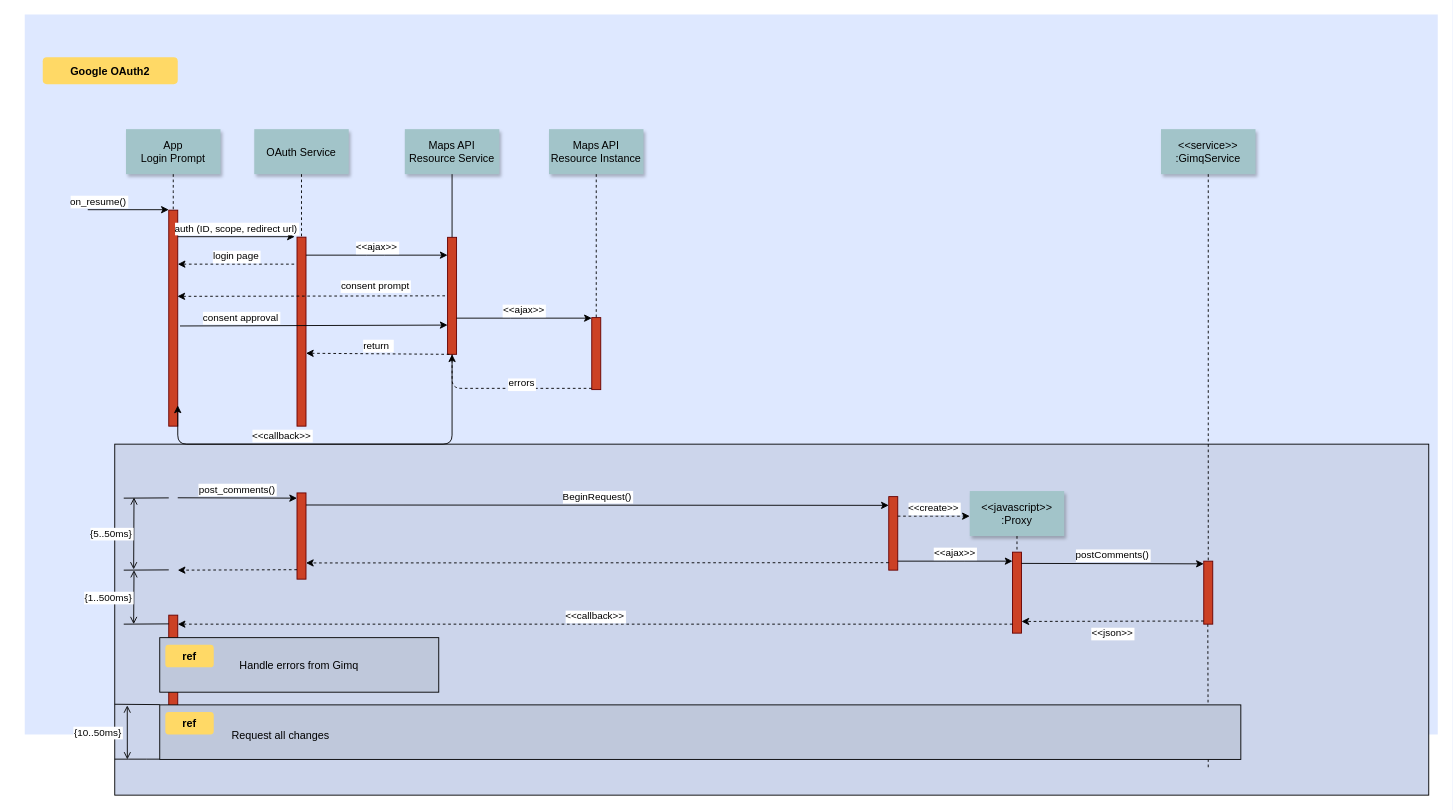
Before: OAuth2_sequence.drawio in catoja1107/diagrams_net, a draw.io diagram. Source tidied: cells renumbered, new cells numbered last; positions are measured from the earlier drawing's top-left corner, leaving out a move shared by most shapes. Both pictures are drawn from the tidied source at 90%, with x=0, y=0 at pixel (24, 14).
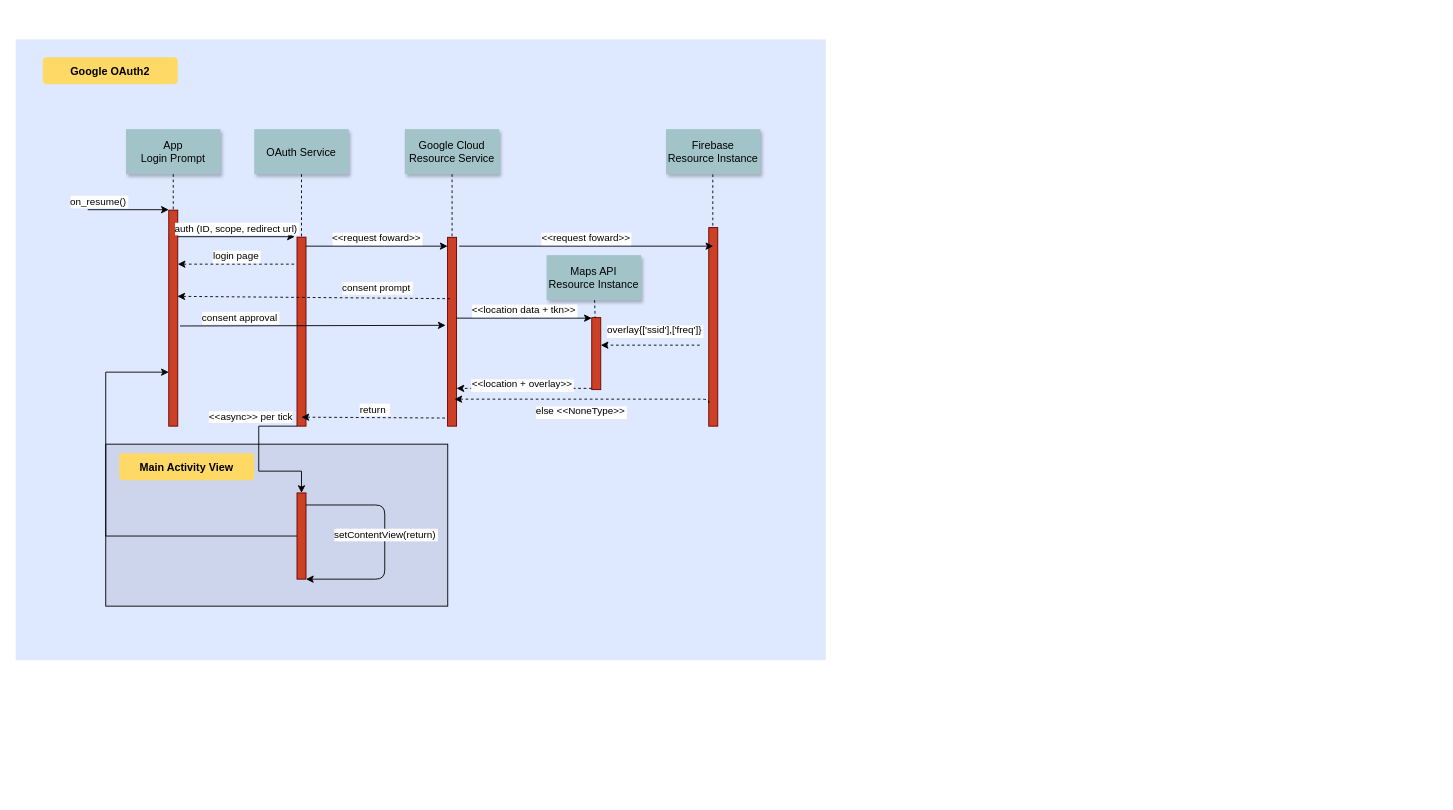
After the change.

Unchanged cells that the change refers to:
```xml
<mxCell id="5" style="fillColor=#CC4125;strokeColor=#660000;" parent="1" vertex="1">
  <mxGeometry x="160" y="217" width="10" height="240" as="geometry" />
</mxCell>
<mxCell id="8" style="fillColor=#CC4125;strokeColor=#660000;" parent="1" vertex="1">
  <mxGeometry x="302.5" y="247" width="10" height="210" as="geometry" />
</mxCell>
<mxCell id="17" style="fillColor=#CC4125;strokeColor=#660000;" parent="1" vertex="1">
  <mxGeometry x="630" y="336.4" width="10" height="80" as="geometry" />
</mxCell>
<mxCell id="24" style="fillColor=#CC4125;strokeColor=#660000;" parent="1" vertex="1">
  <mxGeometry x="302.5" y="531.2" width="10" height="95.8" as="geometry" />
</mxCell>
```

Change to the diagram source:
```diff
@@
     <mxCell id="2" style="fillColor=#DEE8FF;strokeColor=none;" parent="1" vertex="1">
-      <mxGeometry y="-0.4" width="1570" height="800" as="geometry" />
+      <mxGeometry x="-10" y="27.3" width="900" height="689.7" as="geometry" />
     </mxCell>
     <mxCell id="3" style="fillColor=#CCD5EB;" parent="1" vertex="1">
-      <mxGeometry x="100" y="477" width="1460" height="390" as="geometry" />
+      <mxGeometry x="90" y="477" width="380" height="180" as="geometry" />
     </mxCell>
-    <mxCell id="4" style="edgeStyle=elbowEdgeStyle;elbow=horizontal;endArrow=none;dashed=1;" parent="1" edge="1">
-      <mxGeometry x="1460" y="437.9" as="geometry">
-        <mxPoint x="1314.5" y="677" as="sourcePoint" />
-        <mxPoint x="1314.5" y="837" as="targetPoint" />
-      </mxGeometry>
-    </mxCell>
@@
+    <mxCell id="59" style="edgeStyle=orthogonalEdgeStyle;rounded=0;jettySize=auto;html=1;entryX=0.5;entryY=0;entryDx=0;entryDy=0;exitX=0;exitY=1;exitDx=0;exitDy=0;" parent="1" edge="1" source="8" target="24">
+      <mxGeometry relative="1" as="geometry">
+        <Array as="points">
+          <mxPoint x="260" y="457" />
+          <mxPoint x="260" y="507" />
+          <mxPoint x="308" y="507" />
+        </Array>
+      </mxGeometry>
+    </mxCell>
+    <mxCell id="60" value="&amp;lt;&amp;lt;async&amp;gt;&amp;gt; per tick" style="edgeLabel;html=1;align=center;verticalAlign=middle;" parent="59" vertex="1">
+      <mxGeometry x="-0.77" y="-2" relative="1" as="geometry">
+        <mxPoint x="-33" y="-8" as="offset" />
+      </mxGeometry>
+    </mxCell>
@@
-    <mxCell id="13" value="Maps API&#10;Resource Service" style="shadow=1;fillColor=#A2C4C9;strokeColor=none;" parent="1" vertex="1">
+    <mxCell id="13" value="Google Cloud&#10;Resource Service" style="shadow=1;fillColor=#A2C4C9;strokeColor=none;" parent="1" vertex="1">
       <mxGeometry x="422.3" y="127" width="105" height="50" as="geometry" />
     </mxCell>
-    <mxCell id="14" style="edgeStyle=none;endArrow=none;" parent="1" edge="1" source="13" target="15">
+    <mxCell id="14" style="edgeStyle=none;endArrow=none;dashed=1;" parent="1" edge="1" source="13" target="15">
       <mxGeometry x="437" y="270" as="geometry" />
     </mxCell>
     <mxCell id="15" style="fillColor=#CC4125;strokeColor=#660000;" parent="1" vertex="1">
-      <mxGeometry x="469.8" y="247.2" width="10" height="130" as="geometry" />
+      <mxGeometry x="469.8" y="247.2" width="10" height="209.8" as="geometry" />
     </mxCell>
-    <mxCell id="16" value="&lt;&lt;ajax&gt;&gt;" style="edgeStyle=elbowEdgeStyle;elbow=vertical;verticalLabelPosition=top;verticalAlign=bottom;" parent="1" edge="1">
+    <mxCell id="16" value="&lt;&lt;request foward&gt;&gt;" style="edgeStyle=elbowEdgeStyle;elbow=vertical;verticalLabelPosition=top;verticalAlign=bottom;" parent="1" edge="1">
       <mxGeometry x="350" y="290" as="geometry">
-        <mxPoint x="312.5" y="267" as="sourcePoint" />
-        <mxPoint x="469.8" y="267" as="targetPoint" />
+        <mxPoint x="312.5" y="257" as="sourcePoint" />
+        <mxPoint x="469.8" y="257" as="targetPoint" />
         <Array as="points">
-          <mxPoint x="390" y="267" />
+          <mxPoint x="390" y="257" />
         </Array>
       </mxGeometry>
     </mxCell>
@@
     <mxCell id="18" value="Maps API&#10;Resource Instance" style="shadow=1;fillColor=#A2C4C9;strokeColor=none;" parent="1" vertex="1">
-      <mxGeometry x="582.5" y="127" width="105" height="50" as="geometry" />
+      <mxGeometry x="579.9" y="267" width="105" height="50" as="geometry" />
     </mxCell>
@@
-    <mxCell id="20" value="&lt;&lt;ajax&gt;&gt;" style="edgeStyle=elbowEdgeStyle;elbow=vertical;verticalLabelPosition=top;verticalAlign=bottom;" parent="1" edge="1" source="15" target="17">
+    <mxCell id="20" value="&lt;&lt;location data + tkn&gt;&gt;" style="edgeStyle=elbowEdgeStyle;elbow=vertical;verticalLabelPosition=top;verticalAlign=bottom;" parent="1" edge="1" source="15" target="17">
       <mxGeometry x="540" y="270" as="geometry">
         <Array as="points">
           <mxPoint x="550" y="337" />
         </Array>
       </mxGeometry>
     </mxCell>
-    <mxCell id="21" value="errors" style="edgeStyle=elbowEdgeStyle;elbow=vertical;dashed=1;verticalLabelPosition=bottom;verticalAlign=top;" parent="1" edge="1" source="17" target="15">
-      <mxGeometry x="550" y="280" as="geometry">
+    <mxCell id="21" value="&lt;&lt;location + overlay&gt;&gt;" style="edgeStyle=elbowEdgeStyle;elbow=vertical;dashed=1;verticalLabelPosition=bottom;verticalAlign=top;" parent="1" edge="1" source="17" target="15">
+      <mxGeometry as="geometry">
         <Array as="points">
           <mxPoint x="553" y="415" />
         </Array>
+        <mxPoint x="-2" y="-18" as="offset" />
       </mxGeometry>
     </mxCell>
@@
-    <mxCell id="23" value="             &lt;&lt;callback&gt;&gt;                                " style="edgeStyle=elbowEdgeStyle;elbow=vertical;dashed=0;verticalLabelPosition=top;verticalAlign=bottom;align=right;" parent="1" edge="1" source="15">
-      <mxGeometry as="geometry">
-        <mxPoint x="170" y="434" as="targetPoint" />
-        <Array as="points">
-          <mxPoint x="320" y="477" />
-        </Array>
-        <mxPoint x="-2" y="71" as="offset" />
-      </mxGeometry>
-    </mxCell>
+    <mxCell id="61" style="edgeStyle=orthogonalEdgeStyle;rounded=0;jettySize=auto;html=1;entryX=0;entryY=0.75;entryDx=0;entryDy=0;" parent="1" edge="1" source="24" target="5">
+      <mxGeometry relative="1" as="geometry">
+        <Array as="points">
+          <mxPoint x="90" y="579" />
+          <mxPoint x="90" y="397" />
+        </Array>
+      </mxGeometry>
+    </mxCell>
@@
-    <mxCell id="25" style="fillColor=#CC4125;strokeColor=#660000;" parent="1" vertex="1">
-      <mxGeometry x="960" y="535.3" width="10" height="81.7" as="geometry" />
-    </mxCell>
-    <mxCell id="26" value="post_comments()" style="edgeStyle=elbowEdgeStyle;elbow=vertical;verticalLabelPosition=top;verticalAlign=bottom;" parent="1" edge="1">
-      <mxGeometry x="212.5" y="469.6" as="geometry">
-        <mxPoint x="170" y="536.6" as="sourcePoint" />
-        <mxPoint x="302.5" y="536.6" as="targetPoint" />
-      </mxGeometry>
-    </mxCell>
-    <mxCell id="27" value="BeginRequest()" style="edgeStyle=elbowEdgeStyle;elbow=vertical;verticalLabelPosition=top;verticalAlign=bottom;" parent="1" edge="1">
-      <mxGeometry x="530" y="436.8" as="geometry">
+    <mxCell id="27" value="setContentView(return)" style="edgeStyle=elbowEdgeStyle;verticalLabelPosition=top;verticalAlign=bottom;entryX=1;entryY=1;entryDx=0;entryDy=0;" parent="1" edge="1" target="24">
+      <mxGeometry as="geometry">
         <mxPoint x="312.5" y="544.6" as="sourcePoint" />
-        <mxPoint x="960" y="544.6" as="targetPoint" />
+        <Array as="points">
+          <mxPoint x="400" y="587" />
+        </Array>
+        <mxPoint x="88" y="1" as="offset" />
       </mxGeometry>
     </mxCell>
-    <mxCell id="28" style="edgeStyle=elbowEdgeStyle;elbow=vertical;dashed=1;verticalLabelPosition=bottom;verticalAlign=top;" parent="1" edge="1">
-      <mxGeometry x="530" y="549.1" as="geometry">
-        <mxPoint x="960" y="608.7" as="sourcePoint" />
-        <mxPoint x="312.5" y="608.7" as="targetPoint" />
-      </mxGeometry>
-    </mxCell>
-    <mxCell id="29" value="&lt;&lt;javascript&gt;&gt;&#10;:Proxy" style="shadow=1;fillColor=#A2C4C9;strokeColor=none;" parent="1" vertex="1">
-      <mxGeometry x="1050" y="529.1" width="105" height="50" as="geometry" />
-    </mxCell>
-    <mxCell id="30" style="edgeStyle=none;endArrow=none;dashed=1;" parent="1" edge="1" source="29" target="31">
-      <mxGeometry x="1204.1" y="380.1" as="geometry" />
-    </mxCell>
-    <mxCell id="31" style="fillColor=#CC4125;strokeColor=#660000;" parent="1" vertex="1">
-      <mxGeometry x="1097.5" y="597" width="10" height="90" as="geometry" />
-    </mxCell>
-    <mxCell id="32" style="fillColor=#CC4125;strokeColor=#660000;" parent="1" vertex="1">
-      <mxGeometry x="1310" y="607" width="10" height="70" as="geometry" />
-    </mxCell>
-    <mxCell id="33" value="&lt;&lt;create&gt;&gt;" style="edgeStyle=elbowEdgeStyle;elbow=vertical;verticalLabelPosition=top;verticalAlign=bottom;dashed=1;" parent="1" edge="1" source="25" target="29">
-      <mxGeometry x="901.2" y="322.5" as="geometry" />
-    </mxCell>
-    <mxCell id="34" value="&lt;&lt;ajax&gt;&gt;" style="edgeStyle=elbowEdgeStyle;elbow=vertical;verticalLabelPosition=top;verticalAlign=bottom;" parent="1" edge="1" source="25" target="31">
-      <mxGeometry x="1065" y="359.5" as="geometry" />
-    </mxCell>
-    <mxCell id="35" value="postComments()" style="edgeStyle=elbowEdgeStyle;elbow=vertical;verticalLabelPosition=top;verticalAlign=bottom;" parent="1" edge="1">
-      <mxGeometry x="1225" y="309.5" as="geometry">
-        <mxPoint x="1107.5" y="609.5" as="sourcePoint" />
-        <mxPoint x="1310" y="609.5" as="targetPoint" />
-      </mxGeometry>
-    </mxCell>
-    <mxCell id="36" value="&lt;&lt;json&gt;&gt;" style="edgeStyle=elbowEdgeStyle;elbow=vertical;dashed=1;verticalLabelPosition=bottom;verticalAlign=top;" parent="1" edge="1">
-      <mxGeometry x="1075" y="396" as="geometry">
-        <mxPoint x="1310" y="673.5" as="sourcePoint" />
-        <mxPoint x="1107.5" y="673.5" as="targetPoint" />
-      </mxGeometry>
-    </mxCell>
-    <mxCell id="37" value="&lt;&lt;service&gt;&gt;&#10;:GimqService" style="shadow=1;fillColor=#A2C4C9;strokeColor=none;" parent="1" vertex="1">
-      <mxGeometry x="1262.5" y="127" width="105" height="50" as="geometry" />
-    </mxCell>
-    <mxCell id="38" style="edgeStyle=none;endArrow=none;dashed=1;" parent="1" edge="1" source="37" target="32">
-      <mxGeometry x="1174.1" y="210" as="geometry" />
-    </mxCell>
-    <mxCell id="39" style="fillColor=#CC4125;strokeColor=#660000;" parent="1" vertex="1">
-      <mxGeometry x="160" y="667" width="10" height="130" as="geometry" />
-    </mxCell>
-    <mxCell id="40" style="edgeStyle=elbowEdgeStyle;elbow=vertical;dashed=1;verticalLabelPosition=bottom;verticalAlign=top;" parent="1" edge="1">
-      <mxGeometry x="507.5" y="664.3" as="geometry">
-        <mxPoint x="302.5" y="616.5" as="sourcePoint" />
-        <mxPoint x="170" y="616.5" as="targetPoint" />
-      </mxGeometry>
-    </mxCell>
-    <mxCell id="41" value="&lt;&lt;callback&gt;&gt;" style="edgeStyle=elbowEdgeStyle;elbow=vertical;dashed=1;verticalLabelPosition=bottom;verticalAlign=bottom;" parent="1" edge="1" source="31" target="39">
-      <mxGeometry x="540" y="559.1" as="geometry" />
-    </mxCell>
@@
-    <mxCell id="43" value="Handle errors from Gimq" style="fillColor=#BFC8DB;" parent="1" vertex="1">
-      <mxGeometry x="150" y="692" width="310" height="60.6" as="geometry" />
-    </mxCell>
-    <mxCell id="44" value="ref" style="rounded=1;fontStyle=1;fillColor=#FFD966;strokeColor=none;" parent="1" vertex="1">
-      <mxGeometry x="156.2" y="699.9" width="53.8" height="25" as="geometry" />
-    </mxCell>
-    <mxCell id="45" style="align=left;fillColor=#BFC8DB;" parent="1" vertex="1">
-      <mxGeometry x="150" y="766.7" width="1201.2" height="60.6" as="geometry" />
-    </mxCell>
-    <mxCell id="46" value="ref" style="rounded=1;fontStyle=1;fillColor=#FFD966;strokeColor=none;" parent="1" vertex="1">
-      <mxGeometry x="156.2" y="774.6" width="53.8" height="25" as="geometry" />
-    </mxCell>
-    <mxCell id="47" value="Request all changes" style="text;align=left;" parent="1" vertex="1">
-      <mxGeometry x="228.1" y="787.1" width="351.8" height="26" as="geometry" />
-    </mxCell>
-    <mxCell id="48" style="edgeStyle=elbowEdgeStyle;elbow=vertical;endArrow=none;" parent="1" edge="1">
-      <mxGeometry x="60" y="419.7" as="geometry">
-        <mxPoint x="160" y="536.7" as="sourcePoint" />
-        <mxPoint x="110" y="536.7" as="targetPoint" />
-      </mxGeometry>
-    </mxCell>
-    <mxCell id="49" style="edgeStyle=elbowEdgeStyle;elbow=vertical;endArrow=none;" parent="1" edge="1">
-      <mxGeometry x="60" y="499.7" as="geometry">
-        <mxPoint x="160" y="616.7" as="sourcePoint" />
-        <mxPoint x="110" y="616.7" as="targetPoint" />
-      </mxGeometry>
-    </mxCell>
-    <mxCell id="50" style="edgeStyle=elbowEdgeStyle;elbow=vertical;endArrow=none;" parent="1" edge="1">
-      <mxGeometry x="60" y="559.7" as="geometry">
-        <mxPoint x="160" y="676.7" as="sourcePoint" />
-        <mxPoint x="110" y="676.7" as="targetPoint" />
-      </mxGeometry>
-    </mxCell>
-    <mxCell id="51" style="edgeStyle=elbowEdgeStyle;elbow=vertical;endArrow=none;" parent="1" edge="1">
-      <mxGeometry x="50" y="649.4" as="geometry">
-        <mxPoint x="150" y="766.4" as="sourcePoint" />
-        <mxPoint x="100" y="766.4" as="targetPoint" />
-      </mxGeometry>
-    </mxCell>
-    <mxCell id="52" style="edgeStyle=elbowEdgeStyle;elbow=vertical;endArrow=none;" parent="1" edge="1">
-      <mxGeometry x="50" y="710" as="geometry">
-        <mxPoint x="150" y="827" as="sourcePoint" />
-        <mxPoint x="100" y="827" as="targetPoint" />
-      </mxGeometry>
-    </mxCell>
-    <mxCell id="53" value="{5..50ms}" style="edgeStyle=elbowEdgeStyle;elbow=horizontal;startArrow=open;endArrow=open;labelPosition=left;align=right;" parent="1" edge="1">
-      <mxGeometry x="41.4" y="479.2" as="geometry">
-        <mxPoint x="121.4" y="536.2" as="sourcePoint" />
-        <mxPoint x="121.4" y="616.2" as="targetPoint" />
-      </mxGeometry>
-    </mxCell>
-    <mxCell id="54" value="{1..500ms}" style="edgeStyle=elbowEdgeStyle;elbow=horizontal;startArrow=open;endArrow=open;labelPosition=left;align=right;" parent="1" edge="1">
-      <mxGeometry x="42.9" y="560" as="geometry">
-        <mxPoint x="121.4" y="617" as="sourcePoint" />
-        <mxPoint x="121.4" y="677" as="targetPoint" />
-      </mxGeometry>
-    </mxCell>
-    <mxCell id="55" value="{10..50ms}" style="edgeStyle=elbowEdgeStyle;elbow=horizontal;startArrow=open;endArrow=open;labelPosition=left;align=right;" parent="1" edge="1">
-      <mxGeometry as="geometry">
-        <mxPoint x="113.9" y="767.3" as="sourcePoint" />
-        <mxPoint x="113.9" y="827.3" as="targetPoint" />
-        <mxPoint x="-4.2" y="-0.3" as="offset" />
-      </mxGeometry>
-    </mxCell>
-    <mxCell id="56" value="consent prompt" style="edgeStyle=none;verticalLabelPosition=top;verticalAlign=bottom;endArrow=none;startArrow=classic;dashed=1;entryX=0;entryY=0.5;entryDx=0;entryDy=0;exitX=0.962;exitY=0.399;exitDx=0;exitDy=0;exitPerimeter=0;" parent="1" edge="1" source="5" target="15">
+    <mxCell id="56" value="consent prompt" style="edgeStyle=none;verticalLabelPosition=top;verticalAlign=bottom;endArrow=none;startArrow=classic;dashed=1;entryX=0.262;entryY=0.325;entryDx=0;entryDy=0;exitX=0.962;exitY=0.399;exitDx=0;exitDy=0;exitPerimeter=0;entryPerimeter=0;" parent="1" edge="1" source="5" target="15">
       <mxGeometry as="geometry">
         <mxPoint x="70" y="-2" as="offset" />
       </mxGeometry>
     </mxCell>
-    <mxCell id="57" value="consent approval" style="edgeStyle=none;verticalLabelPosition=top;verticalAlign=bottom;entryX=0;entryY=0.75;entryDx=0;entryDy=0;" parent="1" edge="1" target="15">
+    <mxCell id="57" value="consent approval" style="edgeStyle=none;verticalLabelPosition=top;verticalAlign=bottom;entryX=-0.218;entryY=0.466;entryDx=0;entryDy=0;entryPerimeter=0;" parent="1" edge="1" target="15">
       <mxGeometry as="geometry">
         <mxPoint x="172.5" y="345.7" as="sourcePoint" />
         <mxPoint x="-81" as="offset" />
       </mxGeometry>
     </mxCell>
-    <mxCell id="58" value="return " style="edgeStyle=none;verticalLabelPosition=top;verticalAlign=bottom;endArrow=none;startArrow=classic;dashed=1;entryX=0.25;entryY=1;entryDx=0;entryDy=0;" parent="1" edge="1" target="15">
+    <mxCell id="58" value="return " style="edgeStyle=none;verticalLabelPosition=top;verticalAlign=bottom;endArrow=none;startArrow=classic;dashed=1;entryX=0.5;entryY=0.619;entryDx=0;entryDy=0;entryPerimeter=0;" parent="1" edge="1">
       <mxGeometry x="220" y="172.3" as="geometry">
-        <mxPoint x="312.5" y="376" as="sourcePoint" />
+        <mxPoint x="307.5" y="447" as="sourcePoint" />
+        <mxPoint x="469.8" y="448" as="targetPoint" />
       </mxGeometry>
     </mxCell>
+    <mxCell id="62" style="edgeStyle=none;endArrow=none;dashed=1;" parent="1" edge="1">
+      <mxGeometry x="437" y="270" as="geometry">
+        <mxPoint x="764.5" y="177.2" as="sourcePoint" />
+        <mxPoint x="764.5" y="247.2" as="targetPoint" />
+      </mxGeometry>
+    </mxCell>
+    <mxCell id="63" style="fillColor=#CC4125;strokeColor=#660000;" parent="1" vertex="1">
+      <mxGeometry x="760" y="236.4" width="10" height="220.6" as="geometry" />
+    </mxCell>
+    <mxCell id="64" value="&lt;&lt;request foward&gt;&gt;" style="edgeStyle=elbowEdgeStyle;elbow=vertical;verticalLabelPosition=top;verticalAlign=bottom;" parent="1" edge="1">
+      <mxGeometry x="350" y="290" as="geometry">
+        <mxPoint x="482.7" y="257" as="sourcePoint" />
+        <mxPoint x="765" y="257" as="targetPoint" />
+        <Array as="points">
+          <mxPoint x="560.2" y="257" />
+        </Array>
+      </mxGeometry>
+    </mxCell>
+    <mxCell id="65" value="Firebase&#10;Resource Instance" style="shadow=1;fillColor=#A2C4C9;strokeColor=none;" parent="1" vertex="1">
+      <mxGeometry x="712.5" y="127" width="105" height="50" as="geometry" />
+    </mxCell>
+    <mxCell id="66" value="overlay{['ssid'],['freq']}" style="edgeStyle=elbowEdgeStyle;elbow=vertical;dashed=1;verticalLabelPosition=bottom;verticalAlign=top;" parent="1" edge="1">
+      <mxGeometry as="geometry">
+        <mxPoint x="750" y="367" as="sourcePoint" />
+        <mxPoint x="640" y="367" as="targetPoint" />
+        <Array as="points">
+          <mxPoint x="713" y="367" />
+        </Array>
+        <mxPoint x="5" y="-30" as="offset" />
+      </mxGeometry>
+    </mxCell>
+    <mxCell id="67" value="else &lt;&lt;NoneType&gt;&gt;" style="edgeStyle=elbowEdgeStyle;elbow=vertical;dashed=1;verticalLabelPosition=bottom;verticalAlign=top;exitX=0.25;exitY=1;exitDx=0;exitDy=0;" parent="1" edge="1">
+      <mxGeometry as="geometry">
+        <mxPoint x="760" y="431.3" as="sourcePoint" />
+        <mxPoint x="477.5" y="427" as="targetPoint" />
+        <Array as="points">
+          <mxPoint x="550.5" y="427" />
+        </Array>
+        <mxPoint x="-1" y="-2" as="offset" />
+      </mxGeometry>
+    </mxCell>
+    <mxCell id="68" value="Main Activity View" style="rounded=1;fontStyle=1;fillColor=#FFD966;strokeColor=none;" parent="1" vertex="1">
+      <mxGeometry x="105" y="487" width="150" height="30" as="geometry" />
+    </mxCell>
```
